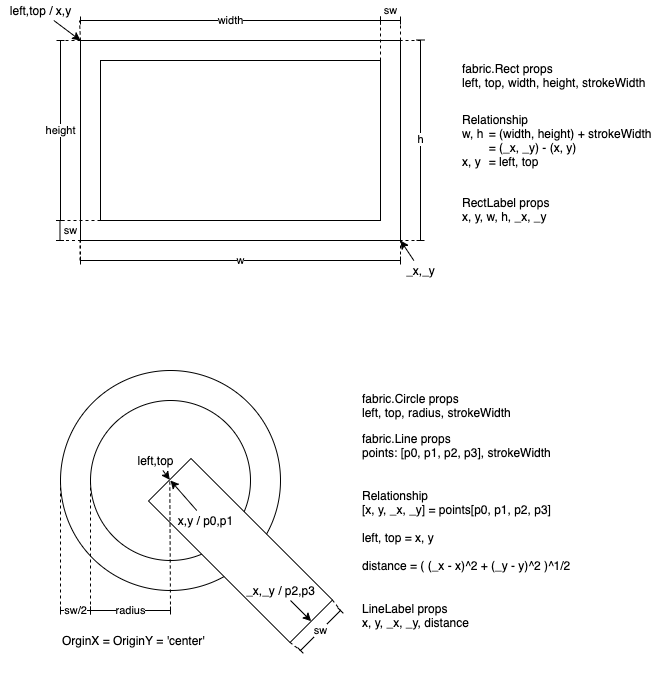
This is docs/graph/Label.drawio.png from ZitySpace/react-annotate, a draw.io export, as it was before one commit. Source tidied: cells renumbered, new cells last; positions are measured from the earlier drawing's top-left corner, leaving out a move shared by most shapes.
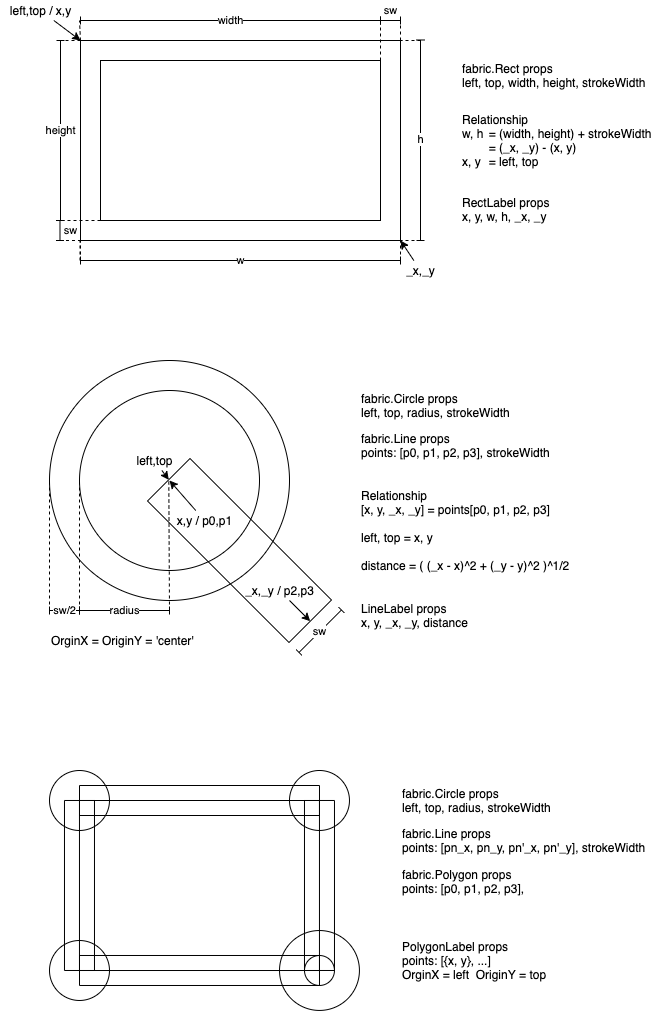
After the change.

Commit message:
docs: add polygon label definition to graph.

The edit, as a diff of the source:
```diff
@@ -2,17 +2,91 @@
   <root>
     <mxCell id="0" />
     <mxCell id="1" parent="0" />
+    <mxCell id="57" style="group;fillColor=none;" parent="1" vertex="1">
+      <mxGeometry x="49" y="360" width="530" height="291.9" as="geometry" />
+    </mxCell>
+    <mxCell id="58" style="group;fillColor=none;" parent="57" vertex="1">
+      <mxGeometry width="291.9" height="291.9" as="geometry" />
+    </mxCell>
+    <mxCell id="41" style="rounded=0;whiteSpace=wrap;html=1;rotation=45;" parent="58" vertex="1">
+      <mxGeometry x="90" y="160" width="200" height="60" as="geometry" />
+    </mxCell>
+    <mxCell id="42" style="endArrow=none;dashed=1;html=1;entryX=0;entryY=0.5;entryDx=0;entryDy=0;" parent="58" edge="1" target="40">
+      <mxGeometry relative="1" as="geometry">
+        <mxPoint x="30" y="250" as="sourcePoint" />
+      </mxGeometry>
+    </mxCell>
+    <mxCell id="43" style="endArrow=none;dashed=1;html=1;entryX=0;entryY=0.5;entryDx=0;entryDy=0;" parent="58" edge="1" target="41">
+      <mxGeometry relative="1" as="geometry">
+        <mxPoint x="120" y="250" as="sourcePoint" />
+      </mxGeometry>
+    </mxCell>
+    <mxCell id="44" value="radius" style="endArrow=baseDash;startArrow=baseDash;html=1;startFill=0;endFill=0;" parent="58" edge="1">
+      <mxGeometry relative="1" as="geometry">
+        <mxPoint x="30" y="250" as="sourcePoint" />
+        <mxPoint x="120" y="250" as="targetPoint" />
+      </mxGeometry>
+    </mxCell>
+    <mxCell id="45" style="endArrow=none;dashed=1;html=1;entryX=0;entryY=0.5;entryDx=0;entryDy=0;" parent="58" edge="1" target="39">
+      <mxGeometry relative="1" as="geometry">
+        <mxPoint y="250" as="sourcePoint" />
+      </mxGeometry>
+    </mxCell>
+    <mxCell id="46" value="sw/2" style="endArrow=baseDash;startArrow=baseDash;html=1;startFill=0;endFill=0;" parent="58" edge="1">
+      <mxGeometry relative="1" as="geometry">
+        <mxPoint y="250" as="sourcePoint" />
+        <mxPoint x="30" y="250" as="targetPoint" />
+      </mxGeometry>
+    </mxCell>
+    <mxCell id="47" value="sw" style="endArrow=baseDash;startArrow=baseDash;html=1;startFill=0;endFill=0;exitX=1;exitY=0;exitDx=0;exitDy=0;entryX=1;entryY=1;entryDx=0;entryDy=0;" parent="58" edge="1">
+      <mxGeometry relative="1" as="geometry">
+        <mxPoint x="291.9" y="249.5" as="sourcePoint" />
+        <mxPoint x="249.5" y="291.9" as="targetPoint" />
+      </mxGeometry>
+    </mxCell>
+    <mxCell id="50" style="edgeStyle=none;html=1;entryX=0;entryY=0.5;entryDx=0;entryDy=0;startArrow=none;startFill=0;endArrow=classic;endFill=1;" parent="58" edge="1" source="51" target="41">
+      <mxGeometry relative="1" as="geometry" />
+    </mxCell>
+    <mxCell id="51" value="left,top" style="text;html=1;align=center;verticalAlign=middle;points=[];strokeColor=none;fillColor=none;" parent="58" vertex="1">
+      <mxGeometry x="80" y="90" width="50" height="20" as="geometry" />
+    </mxCell>
+    <mxCell id="52" style="edgeStyle=none;html=1;startArrow=none;startFill=0;endArrow=classic;endFill=1;" parent="58" edge="1" source="53">
+      <mxGeometry relative="1" as="geometry">
+        <mxPoint x="120" y="120" as="targetPoint" />
+      </mxGeometry>
+    </mxCell>
+    <mxCell id="53" value="x,y / p0,p1" style="text;html=1;align=center;verticalAlign=middle;points=[];strokeColor=none;fillColor=none;" parent="58" vertex="1">
+      <mxGeometry x="120" y="150" width="70" height="20" as="geometry" />
+    </mxCell>
+    <mxCell id="54" style="edgeStyle=none;html=1;entryX=1;entryY=0.5;entryDx=0;entryDy=0;startArrow=none;startFill=0;endArrow=classic;endFill=1;" parent="58" edge="1" source="55" target="41">
+      <mxGeometry relative="1" as="geometry" />
+    </mxCell>
+    <mxCell id="55" value="_x,_y / p2,p3" style="text;html=1;align=center;verticalAlign=middle;points=[];strokeColor=none;fillColor=none;" parent="58" vertex="1">
+      <mxGeometry x="190" y="220" width="80" height="20" as="geometry" />
+    </mxCell>
+    <mxCell id="56" value="OrginX = OriginY = 'center'" style="text;html=1;align=left;verticalAlign=middle;strokeColor=none;fillColor=none;" parent="58" vertex="1">
+      <mxGeometry y="270" width="160" height="20" as="geometry" />
+    </mxCell>
+    <mxCell id="40" style="ellipse;whiteSpace=wrap;html=1;fillColor=none;" parent="58" vertex="1">
+      <mxGeometry x="30" y="30" width="180" height="180" as="geometry" />
+    </mxCell>
+    <mxCell id="39" style="ellipse;whiteSpace=wrap;html=1;fillColor=none;" parent="58" vertex="1">
+      <mxGeometry width="240" height="240" as="geometry" />
+    </mxCell>
+    <mxCell id="59" style="group;" parent="57" vertex="1">
+      <mxGeometry x="310" y="30" width="220" height="240" as="geometry" />
+    </mxCell>
-    <mxCell id="2" value="fabric.Circle props&lt;br&gt;left, top, radius, strokeWidth" style="text;html=1;align=left;verticalAlign=middle;strokeColor=none;fillColor=none;" parent="1" vertex="1">
-      <mxGeometry x="360" y="390" width="160" height="30" as="geometry" />
+    <mxCell id="2" value="fabric.Circle props&lt;br&gt;left, top, radius, strokeWidth" style="text;html=1;align=left;verticalAlign=middle;strokeColor=none;fillColor=none;" parent="59" vertex="1">
+      <mxGeometry width="160" height="30" as="geometry" />
     </mxCell>
-    <mxCell id="3" value="fabric.Line props&lt;br&gt;points: [p0, p1, p2, p3], strokeWidth" style="text;html=1;align=left;verticalAlign=middle;strokeColor=none;fillColor=none;" parent="1" vertex="1">
-      <mxGeometry x="360" y="430" width="200" height="30" as="geometry" />
+    <mxCell id="3" value="fabric.Line props&lt;br&gt;points: [p0, p1, p2, p3], strokeWidth" style="text;html=1;align=left;verticalAlign=middle;strokeColor=none;fillColor=none;" parent="59" vertex="1">
+      <mxGeometry y="40" width="200" height="30" as="geometry" />
     </mxCell>
-    <mxCell id="4" value="LineLabel props&lt;br&gt;x, y, _x, _y, distance" style="text;html=1;align=left;verticalAlign=middle;strokeColor=none;fillColor=none;" parent="1" vertex="1">
-      <mxGeometry x="360" y="600" width="120" height="30" as="geometry" />
+    <mxCell id="4" value="LineLabel props&lt;br&gt;x, y, _x, _y, distance" style="text;html=1;align=left;verticalAlign=middle;strokeColor=none;fillColor=none;" parent="59" vertex="1">
+      <mxGeometry y="210" width="120" height="30" as="geometry" />
     </mxCell>
-    <mxCell id="5" value="Relationship&lt;br&gt;[x, y, _x, _y] = points[p0, p1, p2, p3]&lt;br&gt;&lt;br&gt;left, top = x, y&lt;br&gt;&lt;br&gt;distance = (&amp;nbsp;(_x - x)^2 + (_y - y)^2 )^1/2" style="text;html=1;align=left;verticalAlign=middle;strokeColor=none;fillColor=none;" parent="1" vertex="1">
-      <mxGeometry x="360" y="490" width="220" height="80" as="geometry" />
+    <mxCell id="5" value="Relationship&lt;br&gt;[x, y, _x, _y] = points[p0, p1, p2, p3]&lt;br&gt;&lt;br&gt;left, top = x, y&lt;br&gt;&lt;br&gt;distance = (&amp;nbsp;(_x - x)^2 + (_y - y)^2 )^1/2" style="text;html=1;align=left;verticalAlign=middle;strokeColor=none;fillColor=none;" parent="59" vertex="1">
+      <mxGeometry y="100" width="220" height="80" as="geometry" />
     </mxCell>
     <mxCell id="6" style="group;" parent="1" vertex="1">
       <mxGeometry width="670" height="280" as="geometry" />
@@ -157,86 +231,59 @@
     <mxCell id="36" value="&lt;div&gt;Relationship&lt;/div&gt;&lt;div&gt;&lt;/div&gt;w, h&lt;span style=&quot;white-space: pre&quot;&gt;&#9;&lt;/span&gt;= (width, height) + strokeWidth&lt;br&gt;&lt;span style=&quot;white-space: pre&quot;&gt;&#9;&lt;/span&gt;= (_x, _y) - (x, y)&lt;br&gt;x, y&amp;nbsp;&lt;span style=&quot;white-space: pre&quot;&gt;&#9;&lt;/span&gt;= left, top" style="text;html=1;align=left;verticalAlign=middle;strokeColor=none;fillColor=none;" parent="33" vertex="1">
       <mxGeometry y="50" width="210" height="60" as="geometry" />
     </mxCell>
-    <mxCell id="37" style="group;" parent="1" vertex="1">
-      <mxGeometry x="60" y="370" width="280" height="320" as="geometry" />
-    </mxCell>
-    <mxCell id="38" style="group;" parent="37" vertex="1">
-      <mxGeometry width="280" height="280" as="geometry" />
-    </mxCell>
-    <mxCell id="39" style="ellipse;whiteSpace=wrap;html=1;" parent="38" vertex="1">
-      <mxGeometry width="220" height="220" as="geometry" />
-    </mxCell>
-    <mxCell id="40" style="ellipse;whiteSpace=wrap;html=1;" parent="38" vertex="1">
-      <mxGeometry x="30" y="30" width="160" height="160" as="geometry" />
-    </mxCell>
-    <mxCell id="41" style="rounded=0;whiteSpace=wrap;html=1;rotation=45;" parent="38" vertex="1">
-      <mxGeometry x="80" y="150" width="200" height="60" as="geometry" />
-    </mxCell>
-    <mxCell id="42" style="endArrow=none;dashed=1;html=1;entryX=0;entryY=0.5;entryDx=0;entryDy=0;" parent="38" edge="1" target="40">
-      <mxGeometry relative="1" as="geometry">
-        <mxPoint x="30" y="240" as="sourcePoint" />
-      </mxGeometry>
-    </mxCell>
-    <mxCell id="43" style="endArrow=none;dashed=1;html=1;entryX=0;entryY=0.5;entryDx=0;entryDy=0;" parent="38" edge="1" target="41">
-      <mxGeometry relative="1" as="geometry">
-        <mxPoint x="110" y="240" as="sourcePoint" />
-      </mxGeometry>
-    </mxCell>
-    <mxCell id="44" value="radius" style="endArrow=baseDash;startArrow=baseDash;html=1;startFill=0;endFill=0;" parent="38" edge="1">
-      <mxGeometry relative="1" as="geometry">
-        <mxPoint x="30" y="240" as="sourcePoint" />
-        <mxPoint x="110" y="240" as="targetPoint" />
-      </mxGeometry>
-    </mxCell>
-    <mxCell id="45" style="endArrow=none;dashed=1;html=1;entryX=0;entryY=0.5;entryDx=0;entryDy=0;" parent="38" edge="1" target="39">
-      <mxGeometry relative="1" as="geometry">
-        <mxPoint y="240" as="sourcePoint" />
-      </mxGeometry>
-    </mxCell>
-    <mxCell id="46" value="sw/2" style="endArrow=baseDash;startArrow=baseDash;html=1;startFill=0;endFill=0;" parent="38" edge="1">
-      <mxGeometry relative="1" as="geometry">
-        <mxPoint y="240" as="sourcePoint" />
-        <mxPoint x="30" y="240" as="targetPoint" />
-      </mxGeometry>
-    </mxCell>
-    <mxCell id="47" value="sw" style="endArrow=baseDash;startArrow=baseDash;html=1;startFill=0;endFill=0;" parent="38" edge="1">
-      <mxGeometry relative="1" as="geometry">
-        <mxPoint x="280" y="240" as="sourcePoint" />
-        <mxPoint x="240" y="280" as="targetPoint" />
-      </mxGeometry>
-    </mxCell>
-    <mxCell id="48" style="endArrow=none;dashed=1;html=1;exitX=1;exitY=0;exitDx=0;exitDy=0;" parent="38" edge="1" source="41">
-      <mxGeometry relative="1" as="geometry">
-        <mxPoint x="280" y="240" as="targetPoint" />
-      </mxGeometry>
-    </mxCell>
-    <mxCell id="49" style="endArrow=none;dashed=1;html=1;exitX=1;exitY=1;exitDx=0;exitDy=0;" parent="38" edge="1" source="41">
-      <mxGeometry relative="1" as="geometry">
-        <mxPoint x="240" y="280" as="targetPoint" />
-      </mxGeometry>
-    </mxCell>
-    <mxCell id="50" style="edgeStyle=none;html=1;entryX=0;entryY=0.5;entryDx=0;entryDy=0;startArrow=none;startFill=0;endArrow=classic;endFill=1;" parent="38" edge="1" source="51" target="41">
-      <mxGeometry relative="1" as="geometry" />
-    </mxCell>
-    <mxCell id="51" value="left,top" style="text;html=1;align=center;verticalAlign=middle;points=[];strokeColor=none;fillColor=none;" parent="38" vertex="1">
-      <mxGeometry x="70" y="80" width="50" height="20" as="geometry" />
-    </mxCell>
-    <mxCell id="52" style="edgeStyle=none;html=1;startArrow=none;startFill=0;endArrow=classic;endFill=1;" parent="38" edge="1" source="53">
-      <mxGeometry relative="1" as="geometry">
-        <mxPoint x="110" y="110" as="targetPoint" />
-      </mxGeometry>
-    </mxCell>
-    <mxCell id="53" value="x,y / p0,p1" style="text;html=1;align=center;verticalAlign=middle;points=[];strokeColor=none;fillColor=none;" parent="38" vertex="1">
-      <mxGeometry x="110" y="140" width="70" height="20" as="geometry" />
-    </mxCell>
-    <mxCell id="54" style="edgeStyle=none;html=1;entryX=1;entryY=0.5;entryDx=0;entryDy=0;startArrow=none;startFill=0;endArrow=classic;endFill=1;" parent="38" edge="1" source="55" target="41">
-      <mxGeometry relative="1" as="geometry" />
-    </mxCell>
-    <mxCell id="55" value="_x,_y / p2,p3" style="text;html=1;align=center;verticalAlign=middle;points=[];strokeColor=none;fillColor=none;" parent="38" vertex="1">
-      <mxGeometry x="180" y="210" width="80" height="20" as="geometry" />
-    </mxCell>
-    <mxCell id="56" value="OrginX = OriginY = 'center'" style="text;html=1;align=left;verticalAlign=middle;strokeColor=none;fillColor=none;" parent="38" vertex="1">
-      <mxGeometry y="260" width="160" height="20" as="geometry" />
-    </mxCell>
+    <mxCell id="60" value="fabric.Circle props&lt;br&gt;left, top, radius, strokeWidth" style="text;html=1;align=left;verticalAlign=middle;strokeColor=none;fillColor=none;" parent="1" vertex="1">
+      <mxGeometry x="400" y="785" width="160" height="30" as="geometry" />
+    </mxCell>
+    <mxCell id="61" value="fabric.Line props&lt;br&gt;points: [pn_x, pn_y, pn'_x, pn'_y], strokeWidth" style="text;html=1;align=left;verticalAlign=middle;strokeColor=none;fillColor=none;" parent="1" vertex="1">
+      <mxGeometry x="400" y="825" width="260" height="30" as="geometry" />
+    </mxCell>
+    <mxCell id="62" value="PolygonLabel props&lt;br&gt;points: [{x, y}, ...]&lt;br&gt;OrginX = left&amp;nbsp; OriginY = top" style="text;html=1;align=left;verticalAlign=middle;strokeColor=none;fillColor=none;" parent="1" vertex="1">
+      <mxGeometry x="400" y="935" width="160" height="50" as="geometry" />
+    </mxCell>
+    <mxCell id="63" value="fabric.Polygon props&lt;br&gt;points: [p0, p1, p2, p3]," style="text;html=1;align=left;verticalAlign=middle;strokeColor=none;fillColor=none;" parent="1" vertex="1">
+      <mxGeometry x="400" y="866" width="140" height="30" as="geometry" />
+    </mxCell>
+    <mxCell id="64" style="group;" parent="1" vertex="1">
+      <mxGeometry x="49" y="770" width="310" height="240" as="geometry" />
+    </mxCell>
+    <mxCell id="65" style="rounded=0;whiteSpace=wrap;html=1;direction=west;rotation=0;fillColor=none;" parent="64" vertex="1">
+      <mxGeometry x="30" y="15" width="240" height="30" as="geometry" />
+    </mxCell>
+    <mxCell id="66" style="group;" parent="64" vertex="1">
+      <mxGeometry width="60" height="60" as="geometry" />
+    </mxCell>
+    <mxCell id="67" style="ellipse;whiteSpace=wrap;html=1;fillColor=none;" parent="66" vertex="1">
+      <mxGeometry width="60" height="60" as="geometry" />
+    </mxCell>
+    <mxCell id="68" style="group;" parent="64" vertex="1">
+      <mxGeometry y="170" width="60" height="60" as="geometry" />
+    </mxCell>
+    <mxCell id="69" style="ellipse;whiteSpace=wrap;html=1;fillColor=none;" parent="68" vertex="1">
+      <mxGeometry width="60" height="60" as="geometry" />
+    </mxCell>
+    <mxCell id="70" style="rounded=0;whiteSpace=wrap;html=1;direction=west;rotation=0;fillColor=none;" parent="64" vertex="1">
+      <mxGeometry x="30" y="185" width="240" height="30" as="geometry" />
+    </mxCell>
+    <mxCell id="71" style="rounded=0;whiteSpace=wrap;html=1;direction=south;rotation=0;fillColor=none;" parent="64" vertex="1">
+      <mxGeometry x="15" y="30" width="30" height="170" as="geometry" />
+    </mxCell>
+    <mxCell id="72" style="rounded=0;whiteSpace=wrap;html=1;direction=south;rotation=0;fillColor=none;" parent="64" vertex="1">
+      <mxGeometry x="30" y="30" width="240" height="170" as="geometry" />
+    </mxCell>
+    <mxCell id="73" style="ellipse;whiteSpace=wrap;html=1;fillColor=none;" parent="64" vertex="1">
+      <mxGeometry x="240" width="60" height="60" as="geometry" />
+    </mxCell>
+    <mxCell id="74" style="rounded=0;whiteSpace=wrap;html=1;direction=south;rotation=0;fillColor=none;" parent="64" vertex="1">
+      <mxGeometry x="255" y="30" width="30" height="170" as="geometry" />
+    </mxCell>
+    <mxCell id="75" style="group;" parent="64" vertex="1">
+      <mxGeometry x="230" y="160" width="80" height="80" as="geometry" />
+    </mxCell>
+    <mxCell id="76" style="ellipse;whiteSpace=wrap;html=1;fillColor=none;" parent="75" vertex="1">
+      <mxGeometry width="79.9" height="79.9" as="geometry" />
+    </mxCell>
+    <mxCell id="77" style="ellipse;whiteSpace=wrap;html=1;fillColor=none;" parent="75" vertex="1">
+      <mxGeometry x="25" y="25" width="30" height="30" as="geometry" />
+    </mxCell>
   </root>
 </mxGraphModel>
```
